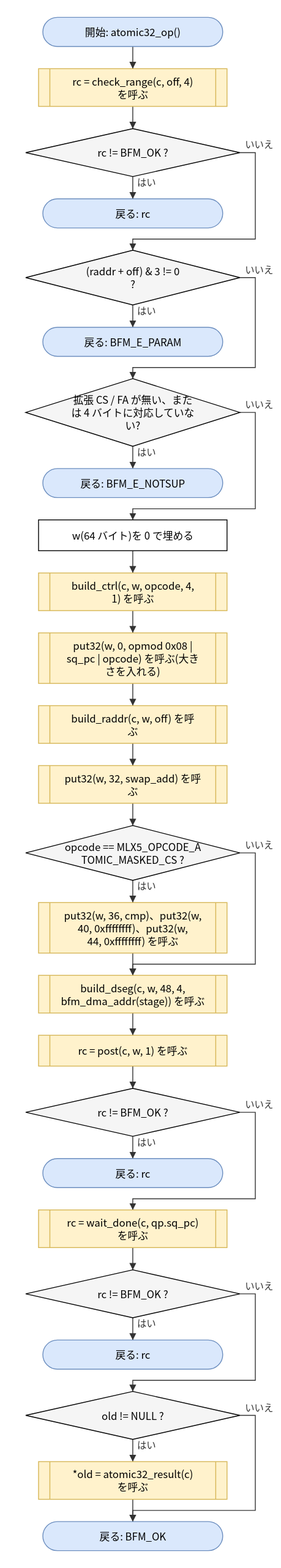
Above: doc/spec/images/flow_src_bfm_ops-atomic32_op.drawio.svg in hf355051012-ai/bfmem (draw.io), before the change. Source tidied: cells renumbered, new cells last; positions are measured from the earlier drawing's top-left corner, leaving out a move shared by most shapes.
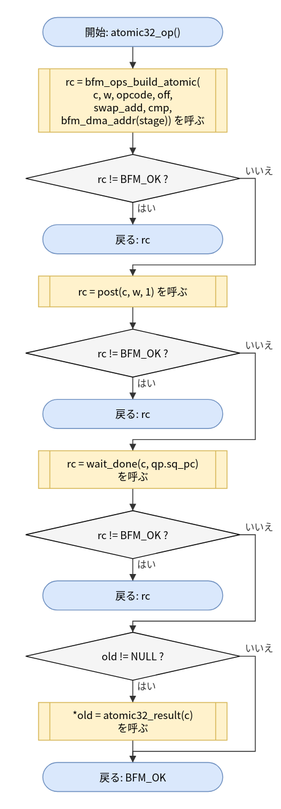
After the commit.

The edit, as a diff of the source:
```diff
@@ -5,78 +5,42 @@
     <mxCell id="2" value="開始: atomic32_op()" style="rounded=1;arcSize=50;whiteSpace=wrap;html=1;fillColor=#dae8fc;strokeColor=#6c8ebf;" parent="1" vertex="1">
       <mxGeometry x="20" width="210" height="34" as="geometry" />
     </mxCell>
-    <mxCell id="3" value="rc = check_range(c, off, 4)&lt;br&gt;を呼ぶ" style="shape=process;whiteSpace=wrap;html=1;backgroundOutline=1;size=0.06;fillColor=#fff2cc;strokeColor=#d6b656;" parent="1" vertex="1">
-      <mxGeometry x="15" y="60" width="220" height="44" as="geometry" />
+    <mxCell id="3" value="rc = bfm_ops_build_atomic(&lt;br&gt;c, w, opcode, off,&lt;br&gt;swap_add, cmp,&lt;br&gt;bfm_dma_addr(stage)) を呼ぶ" style="shape=process;whiteSpace=wrap;html=1;backgroundOutline=1;size=0.06;fillColor=#fff2cc;strokeColor=#d6b656;" parent="1" vertex="1">
+      <mxGeometry x="15" y="60" width="220" height="74" as="geometry" />
     </mxCell>
     <mxCell id="4" value="rc != BFM_OK ?" style="rhombus;whiteSpace=wrap;html=1;fillColor=#f5f5f5;" parent="1" vertex="1">
-      <mxGeometry y="130" width="250" height="56" as="geometry" />
+      <mxGeometry y="160" width="250" height="56" as="geometry" />
     </mxCell>
     <mxCell id="5" value="戻る: rc" style="rounded=1;arcSize=50;whiteSpace=wrap;html=1;fillColor=#dae8fc;strokeColor=#6c8ebf;" parent="1" vertex="1">
-      <mxGeometry x="20" y="212" width="210" height="34" as="geometry" />
+      <mxGeometry x="20" y="242" width="210" height="34" as="geometry" />
     </mxCell>
-    <mxCell id="6" value="(raddr + off) &amp;amp; 3 != 0&lt;br&gt;?" style="rhombus;whiteSpace=wrap;html=1;fillColor=#f5f5f5;" parent="1" vertex="1">
-      <mxGeometry y="272" width="250" height="64" as="geometry" />
+    <mxCell id="6" value="rc = post(c, w, 1) を呼ぶ" style="shape=process;whiteSpace=wrap;html=1;backgroundOutline=1;size=0.06;fillColor=#fff2cc;strokeColor=#d6b656;" parent="1" vertex="1">
+      <mxGeometry x="15" y="302" width="220" height="36" as="geometry" />
     </mxCell>
-    <mxCell id="7" value="戻る: BFM_E_PARAM" style="rounded=1;arcSize=50;whiteSpace=wrap;html=1;fillColor=#dae8fc;strokeColor=#6c8ebf;" parent="1" vertex="1">
-      <mxGeometry x="20" y="362" width="210" height="34" as="geometry" />
+    <mxCell id="7" value="rc != BFM_OK ?" style="rhombus;whiteSpace=wrap;html=1;fillColor=#f5f5f5;" parent="1" vertex="1">
+      <mxGeometry y="364" width="250" height="56" as="geometry" />
     </mxCell>
-    <mxCell id="8" value="拡張 CS / FA が無い、また&lt;br&gt;は 4 バイトに対応していな&lt;br&gt;い?" style="rhombus;whiteSpace=wrap;html=1;fillColor=#f5f5f5;" parent="1" vertex="1">
-      <mxGeometry y="422" width="250" height="79" as="geometry" />
+    <mxCell id="8" value="戻る: rc" style="rounded=1;arcSize=50;whiteSpace=wrap;html=1;fillColor=#dae8fc;strokeColor=#6c8ebf;" parent="1" vertex="1">
+      <mxGeometry x="20" y="446" width="210" height="34" as="geometry" />
     </mxCell>
-    <mxCell id="9" value="戻る: BFM_E_NOTSUP" style="rounded=1;arcSize=50;whiteSpace=wrap;html=1;fillColor=#dae8fc;strokeColor=#6c8ebf;" parent="1" vertex="1">
-      <mxGeometry x="20" y="527" width="210" height="34" as="geometry" />
+    <mxCell id="9" value="rc = wait_done(c, qp.sq_pc)&lt;br&gt;を呼ぶ" style="shape=process;whiteSpace=wrap;html=1;backgroundOutline=1;size=0.06;fillColor=#fff2cc;strokeColor=#d6b656;" parent="1" vertex="1">
+      <mxGeometry x="15" y="506" width="220" height="44" as="geometry" />
     </mxCell>
-    <mxCell id="10" value="w(64 バイト)を 0 で埋める" style="rounded=0;whiteSpace=wrap;html=1;" parent="1" vertex="1">
-      <mxGeometry x="15" y="587" width="220" height="36" as="geometry" />
+    <mxCell id="10" value="rc != BFM_OK ?" style="rhombus;whiteSpace=wrap;html=1;fillColor=#f5f5f5;" parent="1" vertex="1">
+      <mxGeometry y="576" width="250" height="56" as="geometry" />
     </mxCell>
-    <mxCell id="11" value="build_ctrl(c, w, opcode, 4,&lt;br&gt;1) を呼ぶ" style="shape=process;whiteSpace=wrap;html=1;backgroundOutline=1;size=0.06;fillColor=#fff2cc;strokeColor=#d6b656;" parent="1" vertex="1">
-      <mxGeometry x="15" y="649" width="220" height="44" as="geometry" />
+    <mxCell id="11" value="戻る: rc" style="rounded=1;arcSize=50;whiteSpace=wrap;html=1;fillColor=#dae8fc;strokeColor=#6c8ebf;" parent="1" vertex="1">
+      <mxGeometry x="20" y="658" width="210" height="34" as="geometry" />
     </mxCell>
-    <mxCell id="12" value="put32(w, 0, opmod 0x08 |&lt;br&gt;sq_pc | opcode) を呼ぶ(大き&lt;br&gt;さを入れる)" style="shape=process;whiteSpace=wrap;html=1;backgroundOutline=1;size=0.06;fillColor=#fff2cc;strokeColor=#d6b656;" parent="1" vertex="1">
-      <mxGeometry x="15" y="719" width="220" height="59" as="geometry" />
+    <mxCell id="12" value="old != NULL ?" style="rhombus;whiteSpace=wrap;html=1;fillColor=#f5f5f5;" parent="1" vertex="1">
+      <mxGeometry y="718" width="250" height="56" as="geometry" />
     </mxCell>
-    <mxCell id="13" value="build_raddr(c, w, off) を呼&lt;br&gt;ぶ" style="shape=process;whiteSpace=wrap;html=1;backgroundOutline=1;size=0.06;fillColor=#fff2cc;strokeColor=#d6b656;" parent="1" vertex="1">
-      <mxGeometry x="15" y="804" width="220" height="44" as="geometry" />
+    <mxCell id="13" value="*old = atomic32_result(c)&lt;br&gt;を呼ぶ" style="shape=process;whiteSpace=wrap;html=1;backgroundOutline=1;size=0.06;fillColor=#fff2cc;strokeColor=#d6b656;" parent="1" vertex="1">
+      <mxGeometry x="15" y="800" width="220" height="44" as="geometry" />
     </mxCell>
-    <mxCell id="14" value="put32(w, 32, swap_add) を呼&lt;br&gt;ぶ" style="shape=process;whiteSpace=wrap;html=1;backgroundOutline=1;size=0.06;fillColor=#fff2cc;strokeColor=#d6b656;" parent="1" vertex="1">
-      <mxGeometry x="15" y="874" width="220" height="44" as="geometry" />
+    <mxCell id="14" value="戻る: BFM_OK" style="rounded=1;arcSize=50;whiteSpace=wrap;html=1;fillColor=#dae8fc;strokeColor=#6c8ebf;" parent="1" vertex="1">
+      <mxGeometry x="20" y="870" width="210" height="34" as="geometry" />
     </mxCell>
-    <mxCell id="15" value="opcode == MLX5_OPCODE_A&lt;br&gt;TOMIC_MASKED_CS ?" style="rhombus;whiteSpace=wrap;html=1;fillColor=#f5f5f5;" parent="1" vertex="1">
-      <mxGeometry y="944" width="250" height="64" as="geometry" />
-    </mxCell>
-    <mxCell id="16" value="put32(w, 36, cmp)、put32(w,&lt;br&gt;40, 0xffffffff)、put32(w,&lt;br&gt;44, 0xffffffff) を呼ぶ" style="shape=process;whiteSpace=wrap;html=1;backgroundOutline=1;size=0.06;fillColor=#fff2cc;strokeColor=#d6b656;" parent="1" vertex="1">
-      <mxGeometry x="15" y="1034" width="220" height="59" as="geometry" />
-    </mxCell>
-    <mxCell id="17" value="build_dseg(c, w, 48, 4,&lt;br&gt;bfm_dma_addr(stage)) を呼ぶ" style="shape=process;whiteSpace=wrap;html=1;backgroundOutline=1;size=0.06;fillColor=#fff2cc;strokeColor=#d6b656;" parent="1" vertex="1">
-      <mxGeometry x="15" y="1119" width="220" height="44" as="geometry" />
-    </mxCell>
-    <mxCell id="18" value="rc = post(c, w, 1) を呼ぶ" style="shape=process;whiteSpace=wrap;html=1;backgroundOutline=1;size=0.06;fillColor=#fff2cc;strokeColor=#d6b656;" parent="1" vertex="1">
-      <mxGeometry x="15" y="1189" width="220" height="36" as="geometry" />
-    </mxCell>
-    <mxCell id="19" value="rc != BFM_OK ?" style="rhombus;whiteSpace=wrap;html=1;fillColor=#f5f5f5;" parent="1" vertex="1">
-      <mxGeometry y="1251" width="250" height="56" as="geometry" />
-    </mxCell>
-    <mxCell id="20" value="戻る: rc" style="rounded=1;arcSize=50;whiteSpace=wrap;html=1;fillColor=#dae8fc;strokeColor=#6c8ebf;" parent="1" vertex="1">
-      <mxGeometry x="20" y="1333" width="210" height="34" as="geometry" />
-    </mxCell>
-    <mxCell id="21" value="rc = wait_done(c, qp.sq_pc)&lt;br&gt;を呼ぶ" style="shape=process;whiteSpace=wrap;html=1;backgroundOutline=1;size=0.06;fillColor=#fff2cc;strokeColor=#d6b656;" parent="1" vertex="1">
-      <mxGeometry x="15" y="1393" width="220" height="44" as="geometry" />
-    </mxCell>
-    <mxCell id="22" value="rc != BFM_OK ?" style="rhombus;whiteSpace=wrap;html=1;fillColor=#f5f5f5;" parent="1" vertex="1">
-      <mxGeometry y="1463" width="250" height="56" as="geometry" />
-    </mxCell>
-    <mxCell id="23" value="戻る: rc" style="rounded=1;arcSize=50;whiteSpace=wrap;html=1;fillColor=#dae8fc;strokeColor=#6c8ebf;" parent="1" vertex="1">
-      <mxGeometry x="20" y="1545" width="210" height="34" as="geometry" />
-    </mxCell>
-    <mxCell id="24" value="old != NULL ?" style="rhombus;whiteSpace=wrap;html=1;fillColor=#f5f5f5;" parent="1" vertex="1">
-      <mxGeometry y="1605" width="250" height="56" as="geometry" />
-    </mxCell>
-    <mxCell id="25" value="*old = atomic32_result(c)&lt;br&gt;を呼ぶ" style="shape=process;whiteSpace=wrap;html=1;backgroundOutline=1;size=0.06;fillColor=#fff2cc;strokeColor=#d6b656;" parent="1" vertex="1">
-      <mxGeometry x="15" y="1687" width="220" height="44" as="geometry" />
-    </mxCell>
-    <mxCell id="26" value="戻る: BFM_OK" style="rounded=1;arcSize=50;whiteSpace=wrap;html=1;fillColor=#dae8fc;strokeColor=#6c8ebf;" parent="1" vertex="1">
-      <mxGeometry x="20" y="1757" width="210" height="34" as="geometry" />
-    </mxCell>
     <mxCell id="27" style="edgeStyle=none;html=1;rounded=0;endArrow=block;endFill=1;exitX=0.5000;exitY=1.0000;exitDx=0;exitDy=0;exitPerimeter=0;entryX=0.5000;entryY=0.0000;entryDx=0;entryDy=0;entryPerimeter=0;" parent="1" edge="1" source="2" target="3">
       <mxGeometry relative="1" as="geometry" />
     </mxCell>
@@ -89,113 +53,56 @@
     <mxCell id="30" value="いいえ" style="edgeStyle=none;html=1;rounded=0;endArrow=block;endFill=1;exitX=1.0000;exitY=0.5000;exitDx=0;exitDy=0;exitPerimeter=0;entryX=0.5000;entryY=0.0000;entryDx=0;entryDy=0;entryPerimeter=0;" parent="1" edge="1" source="4" target="6">
       <mxGeometry relative="1" as="geometry">
         <Array as="points">
-          <mxPoint x="268" y="158" />
-          <mxPoint x="268" y="259" />
-          <mxPoint x="125" y="259" />
+          <mxPoint x="268" y="188" />
+          <mxPoint x="268" y="289" />
+          <mxPoint x="125" y="289" />
         </Array>
       </mxGeometry>
     </mxCell>
-    <mxCell id="31" value="はい" style="edgeStyle=none;html=1;rounded=0;endArrow=block;endFill=1;exitX=0.5000;exitY=1.0000;exitDx=0;exitDy=0;exitPerimeter=0;entryX=0.5000;entryY=0.0000;entryDx=0;entryDy=0;entryPerimeter=0;" parent="1" edge="1" source="6" target="7">
+    <mxCell id="31" style="edgeStyle=none;html=1;rounded=0;endArrow=block;endFill=1;exitX=0.5000;exitY=1.0000;exitDx=0;exitDy=0;exitPerimeter=0;entryX=0.5000;entryY=0.0000;entryDx=0;entryDy=0;entryPerimeter=0;" parent="1" edge="1" source="6" target="7">
       <mxGeometry relative="1" as="geometry" />
     </mxCell>
-    <mxCell id="32" value="いいえ" style="edgeStyle=none;html=1;rounded=0;endArrow=block;endFill=1;exitX=1.0000;exitY=0.5000;exitDx=0;exitDy=0;exitPerimeter=0;entryX=0.5000;entryY=0.0000;entryDx=0;entryDy=0;entryPerimeter=0;" parent="1" edge="1" source="6" target="8">
-      <mxGeometry relative="1" as="geometry">
-        <Array as="points">
-          <mxPoint x="268" y="304" />
-          <mxPoint x="268" y="409" />
-          <mxPoint x="125" y="409" />
-        </Array>
-      </mxGeometry>
+    <mxCell id="32" value="はい" style="edgeStyle=none;html=1;rounded=0;endArrow=block;endFill=1;exitX=0.5000;exitY=1.0000;exitDx=0;exitDy=0;exitPerimeter=0;entryX=0.5000;entryY=0.0000;entryDx=0;entryDy=0;entryPerimeter=0;" parent="1" edge="1" source="7" target="8">
+      <mxGeometry relative="1" as="geometry" />
     </mxCell>
-    <mxCell id="33" value="はい" style="edgeStyle=none;html=1;rounded=0;endArrow=block;endFill=1;exitX=0.5000;exitY=1.0000;exitDx=0;exitDy=0;exitPerimeter=0;entryX=0.5000;entryY=0.0000;entryDx=0;entryDy=0;entryPerimeter=0;" parent="1" edge="1" source="8" target="9">
-      <mxGeometry relative="1" as="geometry" />
+    <mxCell id="33" value="いいえ" style="edgeStyle=none;html=1;rounded=0;endArrow=block;endFill=1;exitX=1.0000;exitY=0.5000;exitDx=0;exitDy=0;exitPerimeter=0;entryX=0.5000;entryY=0.0000;entryDx=0;entryDy=0;entryPerimeter=0;" parent="1" edge="1" source="7" target="9">
+      <mxGeometry relative="1" as="geometry">
+        <Array as="points">
+          <mxPoint x="268" y="392" />
+          <mxPoint x="268" y="493" />
+          <mxPoint x="125" y="493" />
+        </Array>
+      </mxGeometry>
     </mxCell>
-    <mxCell id="34" value="いいえ" style="edgeStyle=none;html=1;rounded=0;endArrow=block;endFill=1;exitX=1.0000;exitY=0.5000;exitDx=0;exitDy=0;exitPerimeter=0;entryX=0.5000;entryY=0.0000;entryDx=0;entryDy=0;entryPerimeter=0;" parent="1" edge="1" source="8" target="10">
-      <mxGeometry relative="1" as="geometry">
-        <Array as="points">
-          <mxPoint x="268" y="461.5" />
-          <mxPoint x="268" y="574" />
-          <mxPoint x="125" y="574" />
-        </Array>
-      </mxGeometry>
+    <mxCell id="34" style="edgeStyle=none;html=1;rounded=0;endArrow=block;endFill=1;exitX=0.5000;exitY=1.0000;exitDx=0;exitDy=0;exitPerimeter=0;entryX=0.5000;entryY=0.0000;entryDx=0;entryDy=0;entryPerimeter=0;" parent="1" edge="1" source="9" target="10">
+      <mxGeometry relative="1" as="geometry" />
     </mxCell>
-    <mxCell id="35" style="edgeStyle=none;html=1;rounded=0;endArrow=block;endFill=1;exitX=0.5000;exitY=1.0000;exitDx=0;exitDy=0;exitPerimeter=0;entryX=0.5000;entryY=0.0000;entryDx=0;entryDy=0;entryPerimeter=0;" parent="1" edge="1" source="10" target="11">
+    <mxCell id="35" value="はい" style="edgeStyle=none;html=1;rounded=0;endArrow=block;endFill=1;exitX=0.5000;exitY=1.0000;exitDx=0;exitDy=0;exitPerimeter=0;entryX=0.5000;entryY=0.0000;entryDx=0;entryDy=0;entryPerimeter=0;" parent="1" edge="1" source="10" target="11">
       <mxGeometry relative="1" as="geometry" />
     </mxCell>
-    <mxCell id="36" style="edgeStyle=none;html=1;rounded=0;endArrow=block;endFill=1;exitX=0.5000;exitY=1.0000;exitDx=0;exitDy=0;exitPerimeter=0;entryX=0.5000;entryY=0.0000;entryDx=0;entryDy=0;entryPerimeter=0;" parent="1" edge="1" source="11" target="12">
-      <mxGeometry relative="1" as="geometry" />
+    <mxCell id="36" value="いいえ" style="edgeStyle=none;html=1;rounded=0;endArrow=block;endFill=1;exitX=1.0000;exitY=0.5000;exitDx=0;exitDy=0;exitPerimeter=0;entryX=0.5000;entryY=0.0000;entryDx=0;entryDy=0;entryPerimeter=0;" parent="1" edge="1" source="10" target="12">
+      <mxGeometry relative="1" as="geometry">
+        <Array as="points">
+          <mxPoint x="268" y="604" />
+          <mxPoint x="268" y="705" />
+          <mxPoint x="125" y="705" />
+        </Array>
+      </mxGeometry>
     </mxCell>
-    <mxCell id="37" style="edgeStyle=none;html=1;rounded=0;endArrow=block;endFill=1;exitX=0.5000;exitY=1.0000;exitDx=0;exitDy=0;exitPerimeter=0;entryX=0.5000;entryY=0.0000;entryDx=0;entryDy=0;entryPerimeter=0;" parent="1" edge="1" source="12" target="13">
+    <mxCell id="37" value="はい" style="edgeStyle=none;html=1;rounded=0;endArrow=block;endFill=1;exitX=0.5000;exitY=1.0000;exitDx=0;exitDy=0;exitPerimeter=0;entryX=0.5000;entryY=0.0000;entryDx=0;entryDy=0;entryPerimeter=0;" parent="1" edge="1" source="12" target="13">
       <mxGeometry relative="1" as="geometry" />
     </mxCell>
     <mxCell id="38" style="edgeStyle=none;html=1;rounded=0;endArrow=block;endFill=1;exitX=0.5000;exitY=1.0000;exitDx=0;exitDy=0;exitPerimeter=0;entryX=0.5000;entryY=0.0000;entryDx=0;entryDy=0;entryPerimeter=0;" parent="1" edge="1" source="13" target="14">
       <mxGeometry relative="1" as="geometry" />
     </mxCell>
-    <mxCell id="39" style="edgeStyle=none;html=1;rounded=0;endArrow=block;endFill=1;exitX=0.5000;exitY=1.0000;exitDx=0;exitDy=0;exitPerimeter=0;entryX=0.5000;entryY=0.0000;entryDx=0;entryDy=0;entryPerimeter=0;" parent="1" edge="1" source="14" target="15">
-      <mxGeometry relative="1" as="geometry" />
+    <mxCell id="39" value="いいえ" style="edgeStyle=none;html=1;rounded=0;endArrow=block;endFill=1;exitX=1.0000;exitY=0.5000;exitDx=0;exitDy=0;exitPerimeter=0;entryX=0.5000;entryY=0.0000;entryDx=0;entryDy=0;entryPerimeter=0;" parent="1" edge="1" source="12" target="14">
+      <mxGeometry relative="1" as="geometry">
+        <Array as="points">
+          <mxPoint x="268" y="746" />
+          <mxPoint x="268" y="857" />
+          <mxPoint x="125" y="857" />
+        </Array>
+      </mxGeometry>
     </mxCell>
-    <mxCell id="40" value="はい" style="edgeStyle=none;html=1;rounded=0;endArrow=block;endFill=1;exitX=0.5000;exitY=1.0000;exitDx=0;exitDy=0;exitPerimeter=0;entryX=0.5000;entryY=0.0000;entryDx=0;entryDy=0;entryPerimeter=0;" parent="1" edge="1" source="15" target="16">
-      <mxGeometry relative="1" as="geometry" />
-    </mxCell>
-    <mxCell id="41" style="edgeStyle=none;html=1;rounded=0;endArrow=block;endFill=1;exitX=0.5000;exitY=1.0000;exitDx=0;exitDy=0;exitPerimeter=0;entryX=0.5000;entryY=0.0000;entryDx=0;entryDy=0;entryPerimeter=0;" parent="1" edge="1" source="16" target="17">
-      <mxGeometry relative="1" as="geometry" />
-    </mxCell>
-    <mxCell id="42" value="いいえ" style="edgeStyle=none;html=1;rounded=0;endArrow=block;endFill=1;exitX=1.0000;exitY=0.5000;exitDx=0;exitDy=0;exitPerimeter=0;entryX=0.5000;entryY=0.0000;entryDx=0;entryDy=0;entryPerimeter=0;" parent="1" edge="1" source="15" target="17">
-      <mxGeometry relative="1" as="geometry">
-        <Array as="points">
-          <mxPoint x="268" y="976" />
-          <mxPoint x="268" y="1106" />
-          <mxPoint x="125" y="1106" />
-        </Array>
-      </mxGeometry>
-    </mxCell>
-    <mxCell id="43" style="edgeStyle=none;html=1;rounded=0;endArrow=block;endFill=1;exitX=0.5000;exitY=1.0000;exitDx=0;exitDy=0;exitPerimeter=0;entryX=0.5000;entryY=0.0000;entryDx=0;entryDy=0;entryPerimeter=0;" parent="1" edge="1" source="17" target="18">
-      <mxGeometry relative="1" as="geometry" />
-    </mxCell>
-    <mxCell id="44" style="edgeStyle=none;html=1;rounded=0;endArrow=block;endFill=1;exitX=0.5000;exitY=1.0000;exitDx=0;exitDy=0;exitPerimeter=0;entryX=0.5000;entryY=0.0000;entryDx=0;entryDy=0;entryPerimeter=0;" parent="1" edge="1" source="18" target="19">
-      <mxGeometry relative="1" as="geometry" />
-    </mxCell>
-    <mxCell id="45" value="はい" style="edgeStyle=none;html=1;rounded=0;endArrow=block;endFill=1;exitX=0.5000;exitY=1.0000;exitDx=0;exitDy=0;exitPerimeter=0;entryX=0.5000;entryY=0.0000;entryDx=0;entryDy=0;entryPerimeter=0;" parent="1" edge="1" source="19" target="20">
-      <mxGeometry relative="1" as="geometry" />
-    </mxCell>
-    <mxCell id="46" value="いいえ" style="edgeStyle=none;html=1;rounded=0;endArrow=block;endFill=1;exitX=1.0000;exitY=0.5000;exitDx=0;exitDy=0;exitPerimeter=0;entryX=0.5000;entryY=0.0000;entryDx=0;entryDy=0;entryPerimeter=0;" parent="1" edge="1" source="19" target="21">
-      <mxGeometry relative="1" as="geometry">
-        <Array as="points">
-          <mxPoint x="268" y="1279" />
-          <mxPoint x="268" y="1380" />
-          <mxPoint x="125" y="1380" />
-        </Array>
-      </mxGeometry>
-    </mxCell>
-    <mxCell id="47" style="edgeStyle=none;html=1;rounded=0;endArrow=block;endFill=1;exitX=0.5000;exitY=1.0000;exitDx=0;exitDy=0;exitPerimeter=0;entryX=0.5000;entryY=0.0000;entryDx=0;entryDy=0;entryPerimeter=0;" parent="1" edge="1" source="21" target="22">
-      <mxGeometry relative="1" as="geometry" />
-    </mxCell>
-    <mxCell id="48" value="はい" style="edgeStyle=none;html=1;rounded=0;endArrow=block;endFill=1;exitX=0.5000;exitY=1.0000;exitDx=0;exitDy=0;exitPerimeter=0;entryX=0.5000;entryY=0.0000;entryDx=0;entryDy=0;entryPerimeter=0;" parent="1" edge="1" source="22" target="23">
-      <mxGeometry relative="1" as="geometry" />
-    </mxCell>
-    <mxCell id="49" value="いいえ" style="edgeStyle=none;html=1;rounded=0;endArrow=block;endFill=1;exitX=1.0000;exitY=0.5000;exitDx=0;exitDy=0;exitPerimeter=0;entryX=0.5000;entryY=0.0000;entryDx=0;entryDy=0;entryPerimeter=0;" parent="1" edge="1" source="22" target="24">
-      <mxGeometry relative="1" as="geometry">
-        <Array as="points">
-          <mxPoint x="268" y="1491" />
-          <mxPoint x="268" y="1592" />
-          <mxPoint x="125" y="1592" />
-        </Array>
-      </mxGeometry>
-    </mxCell>
-    <mxCell id="50" value="はい" style="edgeStyle=none;html=1;rounded=0;endArrow=block;endFill=1;exitX=0.5000;exitY=1.0000;exitDx=0;exitDy=0;exitPerimeter=0;entryX=0.5000;entryY=0.0000;entryDx=0;entryDy=0;entryPerimeter=0;" parent="1" edge="1" source="24" target="25">
-      <mxGeometry relative="1" as="geometry" />
-    </mxCell>
-    <mxCell id="51" style="edgeStyle=none;html=1;rounded=0;endArrow=block;endFill=1;exitX=0.5000;exitY=1.0000;exitDx=0;exitDy=0;exitPerimeter=0;entryX=0.5000;entryY=0.0000;entryDx=0;entryDy=0;entryPerimeter=0;" parent="1" edge="1" source="25" target="26">
-      <mxGeometry relative="1" as="geometry" />
-    </mxCell>
-    <mxCell id="52" value="いいえ" style="edgeStyle=none;html=1;rounded=0;endArrow=block;endFill=1;exitX=1.0000;exitY=0.5000;exitDx=0;exitDy=0;exitPerimeter=0;entryX=0.5000;entryY=0.0000;entryDx=0;entryDy=0;entryPerimeter=0;" parent="1" edge="1" source="24" target="26">
-      <mxGeometry relative="1" as="geometry">
-        <Array as="points">
-          <mxPoint x="268" y="1633" />
-          <mxPoint x="268" y="1744" />
-          <mxPoint x="125" y="1744" />
-        </Array>
-      </mxGeometry>
-    </mxCell>
   </root>
 </mxGraphModel>
```
